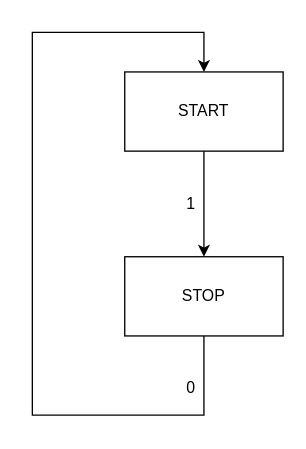
Before: resources/state_to_state.drawio in jonahfoley/FSM.io, a draw.io diagram. Source tidied: cells renumbered, new cells numbered last; positions are measured from the earlier drawing's top-left corner, leaving out a move shared by most shapes. Both pictures are drawn from the tidied source at 132%, with x=0, y=0 at pixel (32, 32).
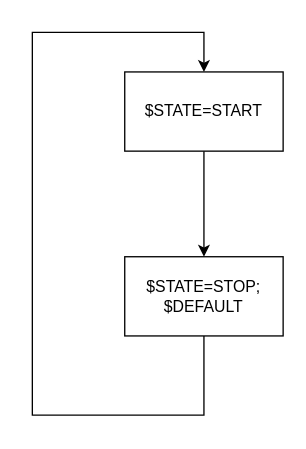
The same diagram, later.

Change to the diagram source:
```diff
@@
 <mxGraphModel>
   <root>
     <mxCell id="0" />
     <mxCell id="1" parent="0" />
     <mxCell id="2" style="edgeStyle=orthogonalEdgeStyle;rounded=0;jettySize=auto;html=1;exitX=0.5;exitY=1;exitDx=0;exitDy=0;entryX=0.5;entryY=0;entryDx=0;entryDy=0;" parent="1" edge="1" source="3" target="5">
       <mxGeometry relative="1" as="geometry">
         <Array as="points">
           <mxPoint x="130" y="290" />
           <mxPoint y="290" />
           <mxPoint />
           <mxPoint x="130" />
         </Array>
       </mxGeometry>
     </mxCell>
-    <mxCell id="3" value="STOP" style="rounded=0;whiteSpace=wrap;html=1;" parent="1" vertex="1">
+    <mxCell id="3" value="$STATE=STOP;&lt;br&gt;$DEFAULT" style="rounded=0;whiteSpace=wrap;html=1;" parent="1" vertex="1">
       <mxGeometry x="70" y="170" width="120" height="60" as="geometry" />
     </mxCell>
     <mxCell id="4" style="edgeStyle=orthogonalEdgeStyle;rounded=0;jettySize=auto;html=1;exitX=0.5;exitY=1;exitDx=0;exitDy=0;entryX=0.5;entryY=0;entryDx=0;entryDy=0;" parent="1" edge="1" source="5" target="3">
       <mxGeometry relative="1" as="geometry" />
     </mxCell>
-    <mxCell id="5" value="START" style="rounded=0;whiteSpace=wrap;html=1;" parent="1" vertex="1">
+    <mxCell id="5" value="$STATE=START" style="rounded=0;whiteSpace=wrap;html=1;" parent="1" vertex="1">
       <mxGeometry x="70" y="30" width="120" height="60" as="geometry" />
     </mxCell>
-    <mxCell id="6" value="1" style="text;html=1;align=center;verticalAlign=middle;" parent="1" vertex="1">
-      <mxGeometry x="110" y="120" width="20" height="20" as="geometry" />
-    </mxCell>
-    <mxCell id="7" value="0" style="text;html=1;align=center;verticalAlign=middle;" parent="1" vertex="1">
-      <mxGeometry x="110" y="260" width="20" height="20" as="geometry" />
-    </mxCell>
   </root>
 </mxGraphModel>
```
